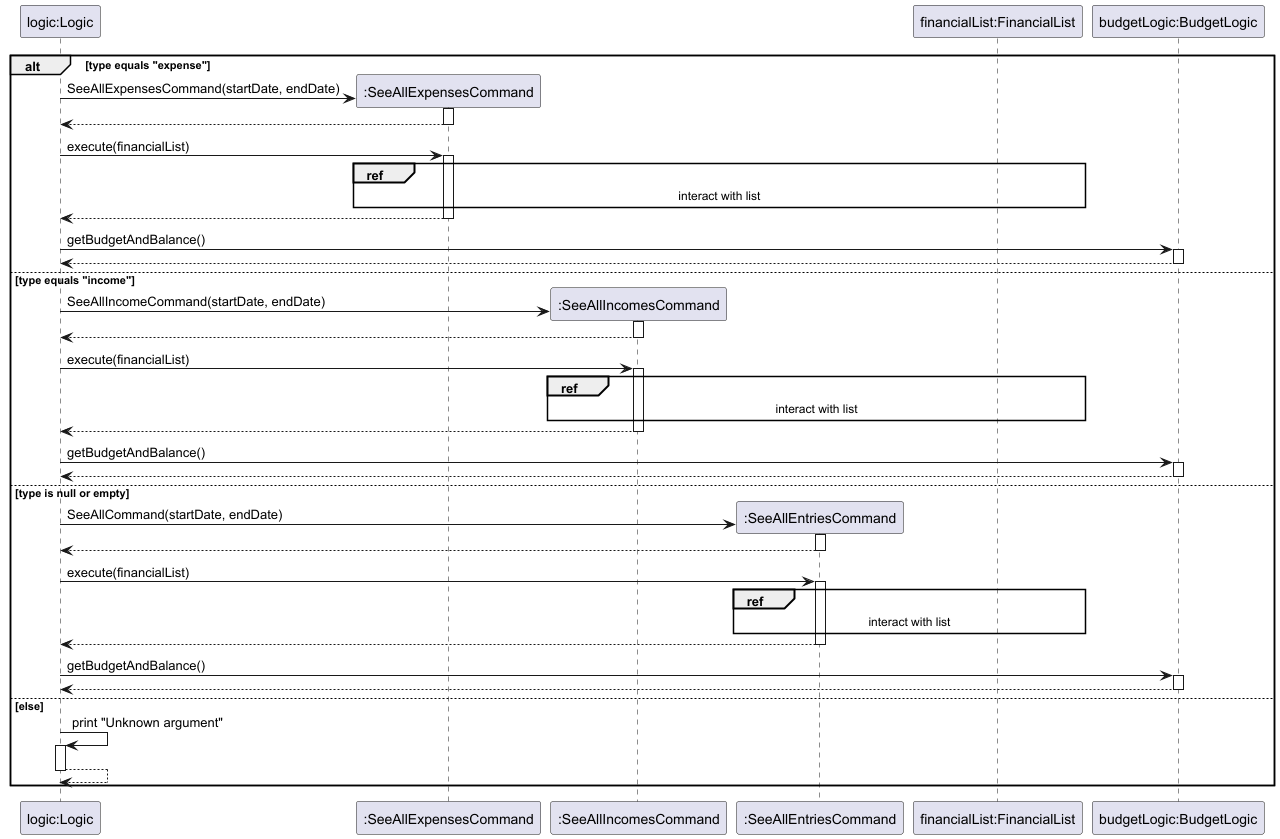
The PlantUML diagram docs/UML/SeeAllEntriesCreateCommand.png in nus-cs2113-AY2425S1/tp, before a commit.
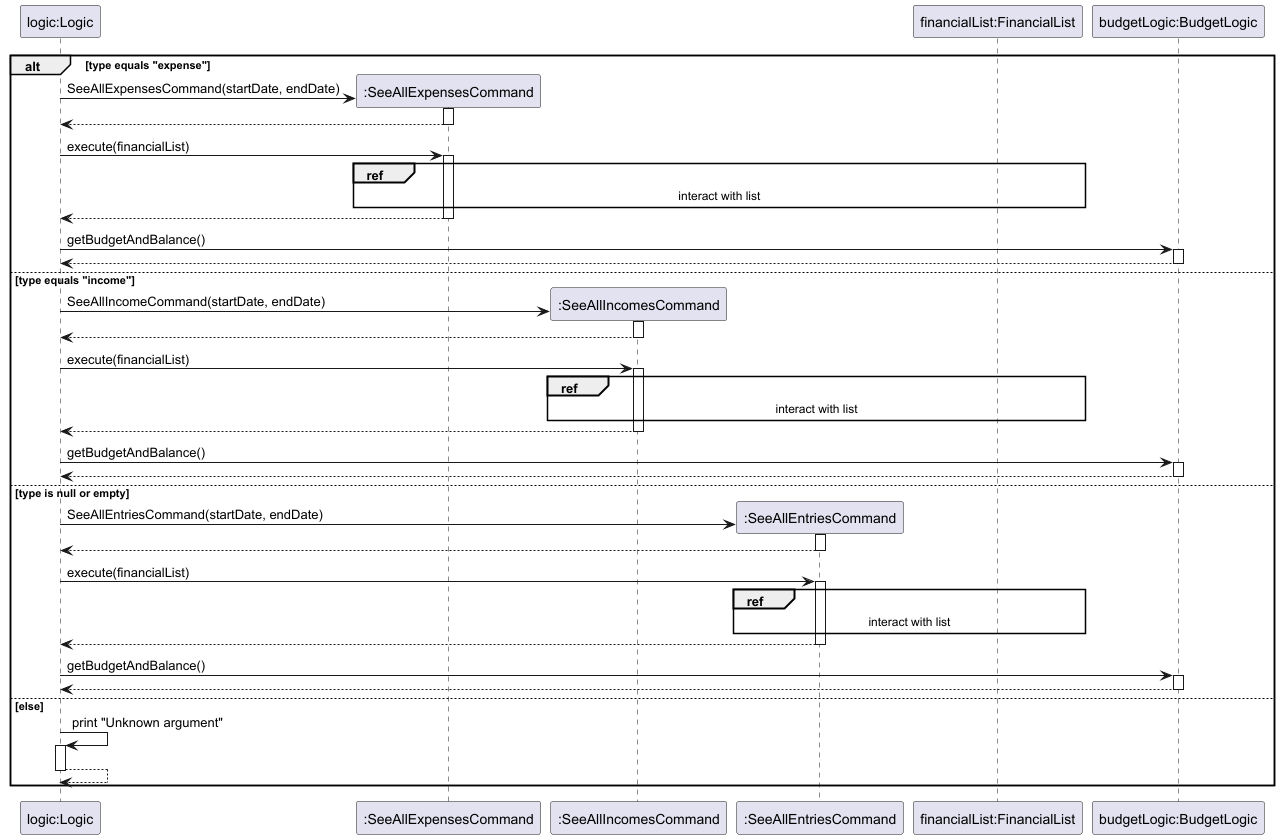
The same diagram one commit later.

What changed in the source:
```diff
@@ -36,7 +36,7 @@
         return
     else type is null or empty
         create all
-        app -> all ** : SeeAllCommand(startDate, endDate)
+        app -> all ** : SeeAllEntriesCommand(startDate, endDate)
         activate all
         return
         app -> all : execute(financialList)
```
